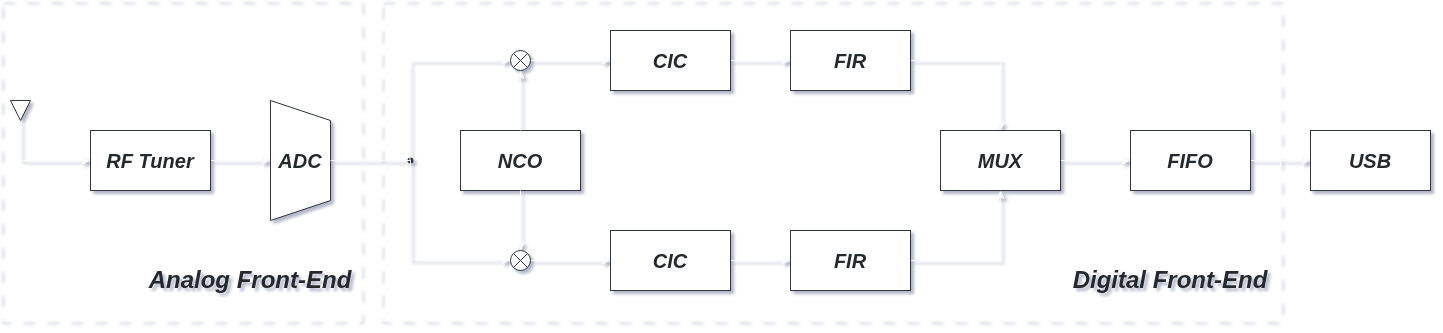
Above: Block_Schematic.png in NicholasDelBuono/SDR-DigitalFrontEnd (draw.io), before the change. Source tidied: cells renumbered, new cells last; positions are measured from the earlier drawing's top-left corner, leaving out a move shared by most shapes.
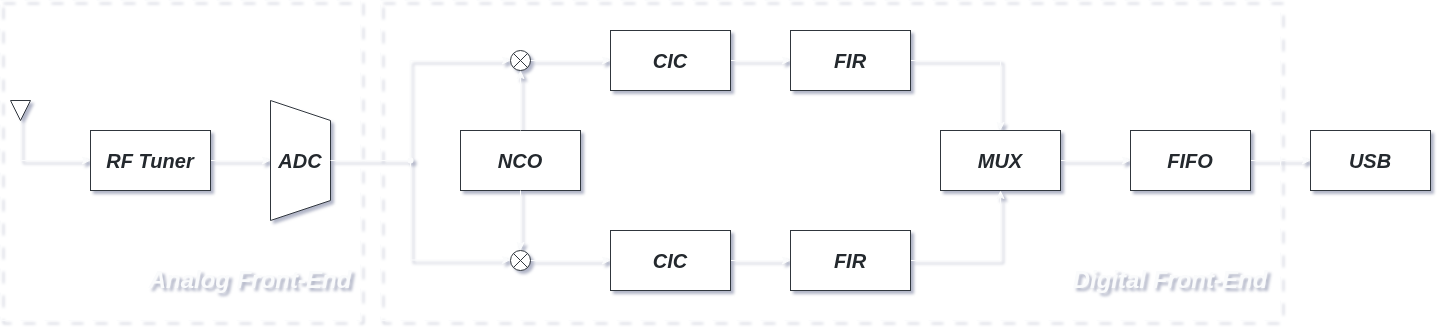
Later version of the same file.

What changed in the source:
```diff
@@ -108,7 +108,7 @@
     <mxCell id="31" style="edgeStyle=orthogonalEdgeStyle;rounded=0;jettySize=auto;html=1;entryX=0.5;entryY=1;entryDx=0;entryDy=0;entryPerimeter=0;defaultLabelBackgroundColor=page;strokeColor=#FAFBFC;" parent="1" edge="1" source="23" target="10">
       <mxGeometry relative="1" as="geometry" />
     </mxCell>
-    <mxCell id="32" style="shape=waypoint;size=6;points=[];fillColor=#FFFFFF;perimeter=centerPerimeter;snapToPoint=1;rounded=0;strokeColor=#30363D;fontColor=#24292E;" parent="1" vertex="1">
+    <mxCell id="32" style="shape=waypoint;size=6;points=[];fillColor=#FFFFFF;perimeter=centerPerimeter;snapToPoint=1;rounded=0;strokeColor=#FAFBFC;fontColor=#24292E;" parent="1" vertex="1">
       <mxGeometry x="400" y="150" width="20" height="20" as="geometry" />
     </mxCell>
     <mxCell id="33" style="endArrow=none;html=1;rounded=0;defaultLabelBackgroundColor=page;strokeColor=#FAFBFC;" parent="1" edge="1" target="32">
@@ -125,10 +125,10 @@
     <mxCell id="35" style="endArrow=none;html=1;rounded=0;defaultLabelBackgroundColor=page;entryX=0.5;entryY=0;entryDx=0;entryDy=0;exitX=0.053;exitY=0.63;exitDx=0;exitDy=0;exitPerimeter=0;strokeColor=#FAFBFC;" parent="1" edge="1" source="32" target="25">
       <mxGeometry relative="1" as="geometry" />
     </mxCell>
-    <mxCell id="36" value="&lt;font style=&quot;font-size: 24px;&quot;&gt;&lt;i style=&quot;&quot;&gt;&lt;b&gt;Digital Front-End&lt;/b&gt;&lt;/i&gt;&lt;/font&gt;" style="text;html=1;whiteSpace=wrap;strokeColor=none;fillColor=none;align=center;verticalAlign=middle;rounded=0;fontColor=#24292E;" parent="1" vertex="1">
+    <mxCell id="36" value="&lt;font style=&quot;font-size: 24px;&quot;&gt;&lt;i style=&quot;&quot;&gt;&lt;b&gt;Digital Front-End&lt;/b&gt;&lt;/i&gt;&lt;/font&gt;" style="text;html=1;whiteSpace=wrap;strokeColor=none;fillColor=none;align=center;verticalAlign=middle;rounded=0;fontColor=#FAFBFC;" parent="1" vertex="1">
       <mxGeometry x="1060" y="240" width="220" height="80" as="geometry" />
     </mxCell>
-    <mxCell id="37" value="&lt;font style=&quot;font-size: 24px;&quot;&gt;&lt;i style=&quot;&quot;&gt;&lt;b&gt;Analog Front-End&lt;/b&gt;&lt;/i&gt;&lt;/font&gt;" style="text;html=1;whiteSpace=wrap;strokeColor=none;fillColor=none;align=center;verticalAlign=middle;rounded=0;fontColor=#24292E;" parent="1" vertex="1">
+    <mxCell id="37" value="&lt;font style=&quot;font-size: 24px;&quot;&gt;&lt;i style=&quot;&quot;&gt;&lt;b&gt;Analog Front-End&lt;/b&gt;&lt;/i&gt;&lt;/font&gt;" style="text;html=1;whiteSpace=wrap;strokeColor=none;fillColor=none;align=center;verticalAlign=middle;rounded=0;fontColor=#FAFBFC;" parent="1" vertex="1">
       <mxGeometry x="140" y="240" width="220" height="80" as="geometry" />
     </mxCell>
   </root>
```
